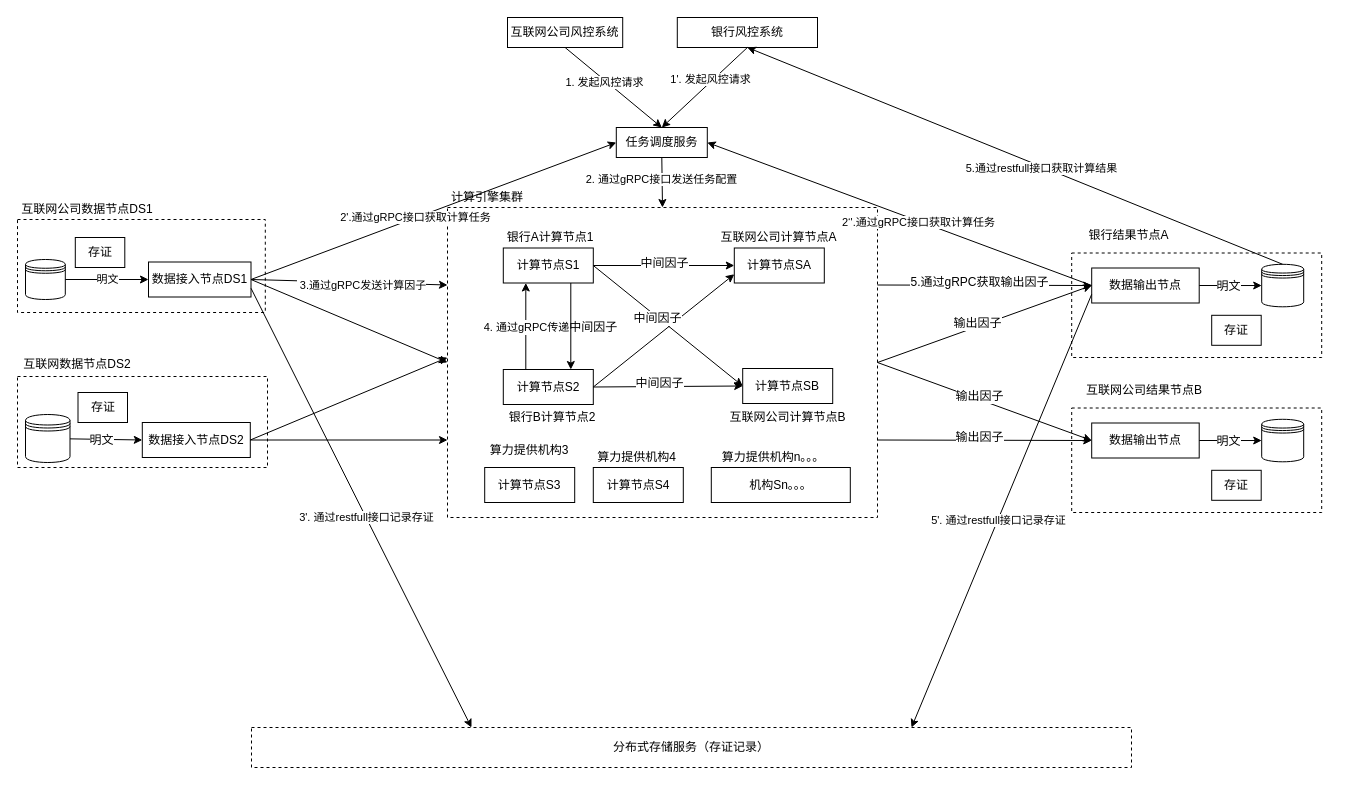
Before: lianhefengkong.drawio in yankaili2006/drawing_io, a draw.io diagram. Source tidied: cells renumbered, new cells numbered last; positions are measured from the earlier drawing's top-left corner, leaving out a move shared by most shapes. Both pictures are drawn from the tidied source at 100%, with x=0, y=0 at pixel (17, 17).
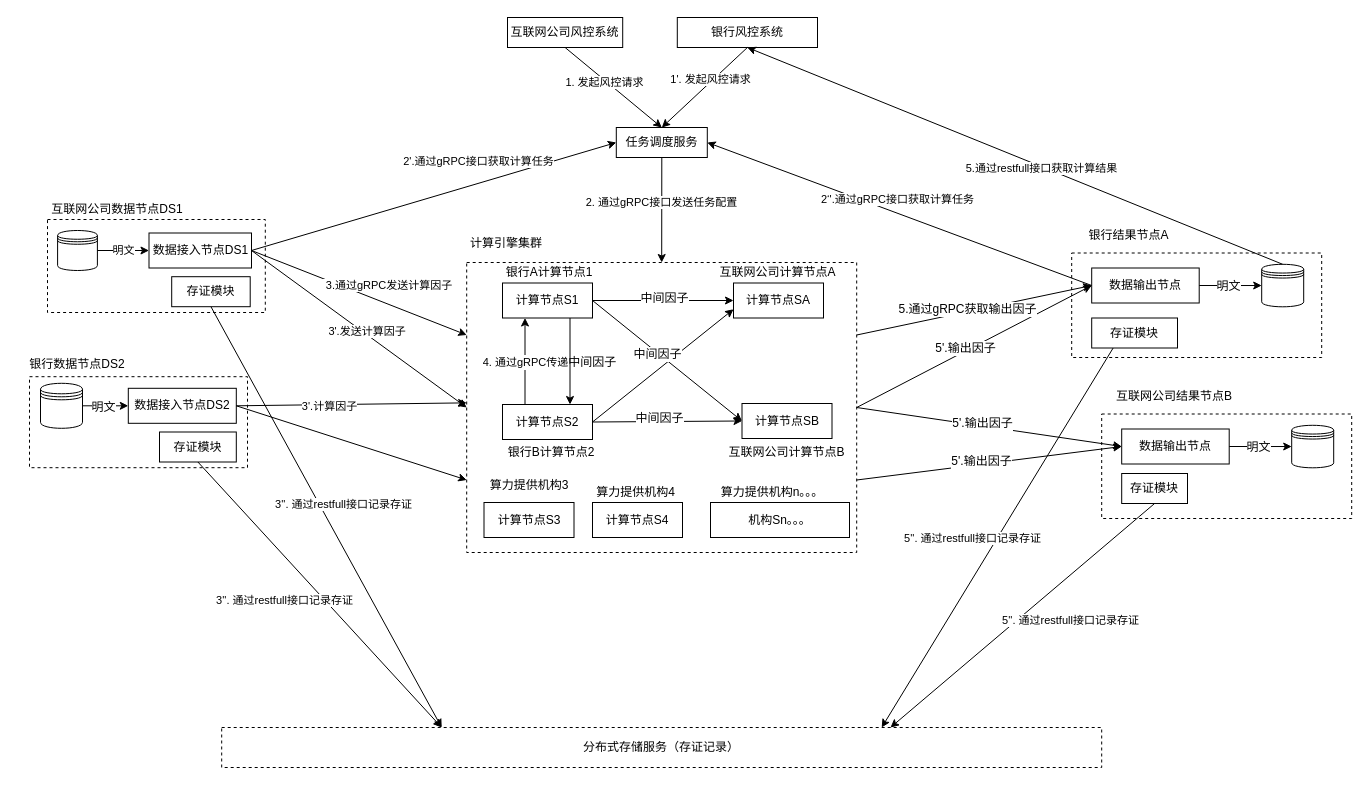
After the change.

The change refers to these unchanged cells:
```xml
<mxCell id="14" style="endArrow=classic;html=1;entryX=0;entryY=0.5;entryDx=0;entryDy=0;exitX=1;exitY=0.5;exitDx=0;exitDy=0;" parent="1" edge="1" source="6" target="43">
  <mxGeometry relative="1" as="geometry" />
</mxCell>
<mxCell id="43" value="数据输出节点" style="rounded=0;whiteSpace=wrap;html=1;" parent="1" vertex="1">
  <mxGeometry x="1074.2" y="250.5" width="107.5" height="35" as="geometry" />
</mxCell>
<mxCell id="70" style="endArrow=classic;html=1;entryX=0;entryY=0.5;entryDx=0;entryDy=0;exitX=1;exitY=0.5;exitDx=0;exitDy=0;" parent="1" edge="1" source="6" target="64">
  <mxGeometry relative="1" as="geometry" />
</mxCell>
<mxCell id="72" style="endArrow=classic;html=1;entryX=0;entryY=0.5;entryDx=0;entryDy=0;exitX=1;exitY=0.75;exitDx=0;exitDy=0;" parent="1" edge="1" source="6" target="64">
  <mxGeometry relative="1" as="geometry" />
</mxCell>
<mxCell id="74" style="endArrow=classic;html=1;exitX=1;exitY=0.5;exitDx=0;exitDy=0;entryX=0;entryY=0.25;entryDx=0;entryDy=0;" parent="1" edge="1" source="38" target="6">
  <mxGeometry relative="1" as="geometry" />
</mxCell>
<mxCell id="76" style="endArrow=classic;html=1;exitX=1;exitY=0.5;exitDx=0;exitDy=0;entryX=0;entryY=0.5;entryDx=0;entryDy=0;" parent="1" edge="1" source="38" target="6">
  <mxGeometry relative="1" as="geometry" />
</mxCell>
<mxCell id="77" style="endArrow=classic;html=1;exitX=1;exitY=0.5;exitDx=0;exitDy=0;entryX=0;entryY=0.484;entryDx=0;entryDy=0;entryPerimeter=0;" parent="1" edge="1" source="8" target="6">
  <mxGeometry relative="1" as="geometry" />
</mxCell>
<mxCell id="79" style="endArrow=classic;html=1;entryX=0;entryY=0.5;entryDx=0;entryDy=0;exitX=1;exitY=0.5;exitDx=0;exitDy=0;" parent="1" edge="1" source="38" target="9">
  <mxGeometry relative="1" as="geometry" />
</mxCell>
<mxCell id="84" style="endArrow=classic;html=1;entryX=1;entryY=0.5;entryDx=0;entryDy=0;exitX=0;exitY=0.5;exitDx=0;exitDy=0;" parent="1" edge="1" source="43" target="9">
  <mxGeometry relative="1" as="geometry" />
</mxCell>
```

Change to the diagram source:
```diff
@@
     <mxCell id="2" style="rounded=0;whiteSpace=wrap;html=1;dashed=1;" parent="1" vertex="1">
-      <mxGeometry x="1054.2" y="390.5" width="250" height="104.5" as="geometry" />
+      <mxGeometry x="1084.2" y="396.5" width="250" height="104.5" as="geometry" />
     </mxCell>
@@
     <mxCell id="4" style="rounded=0;whiteSpace=wrap;html=1;dashed=1;" parent="1" vertex="1">
-      <mxGeometry y="359" width="250" height="91" as="geometry" />
+      <mxGeometry x="12" y="359.2" width="218" height="91" as="geometry" />
     </mxCell>
     <mxCell id="5" style="rounded=0;whiteSpace=wrap;html=1;dashed=1;" parent="1" vertex="1">
-      <mxGeometry y="202" width="247.8" height="93" as="geometry" />
+      <mxGeometry x="30" y="202" width="217.8" height="93" as="geometry" />
     </mxCell>
     <mxCell id="6" style="rounded=0;whiteSpace=wrap;html=1;fillColor=none;labelPosition=center;verticalLabelPosition=middle;align=center;verticalAlign=middle;dashed=1;" parent="1" vertex="1">
-      <mxGeometry x="430" y="190" width="430" height="310" as="geometry" />
+      <mxGeometry x="449.2" y="245" width="390" height="290" as="geometry" />
     </mxCell>
@@
     <mxCell id="8" value="数据接入节点DS2" style="rounded=0;whiteSpace=wrap;html=1;" parent="1" vertex="1">
-      <mxGeometry x="124.8" y="405" width="108" height="35" as="geometry" />
+      <mxGeometry x="110.8" y="370.8" width="108" height="35" as="geometry" />
     </mxCell>
@@
-    <mxCell id="15" value="输出因子" style="text;html=1;align=center;verticalAlign=middle;labelBackgroundColor=#ffffff;" parent="14" vertex="1">
+    <mxCell id="15" value="5'.输出因子" style="text;html=1;align=center;verticalAlign=middle;labelBackgroundColor=#ffffff;" parent="14" vertex="1">
       <mxGeometry x="-0.06" y="3" relative="1" as="geometry" />
     </mxCell>
-    <mxCell id="16" value="存证" style="rounded=0;whiteSpace=wrap;html=1;fillColor=none;" parent="1" vertex="1">
-      <mxGeometry x="60.5" y="375" width="49.5" height="30" as="geometry" />
+    <mxCell id="16" value="存证模块" style="rounded=0;whiteSpace=wrap;html=1;fillColor=none;" parent="1" vertex="1">
+      <mxGeometry x="142" y="414.5" width="76.8" height="30" as="geometry" />
     </mxCell>
     <mxCell id="17" value="计算节点S1" style="rounded=0;whiteSpace=wrap;html=1;fillColor=none;" parent="1" vertex="1">
-      <mxGeometry x="485.8" y="230.5" width="90" height="35" as="geometry" />
+      <mxGeometry x="485" y="265.5" width="90" height="35" as="geometry" />
     </mxCell>
@@
     <mxCell id="20" value="计算节点S2" style="rounded=0;whiteSpace=wrap;html=1;fillColor=none;" parent="1" vertex="1">
-      <mxGeometry x="485.8" y="352" width="90" height="35" as="geometry" />
+      <mxGeometry x="485" y="387" width="90" height="35" as="geometry" />
     </mxCell>
     <mxCell id="21" value="计算节点SB" style="rounded=0;whiteSpace=wrap;html=1;fillColor=none;" parent="1" vertex="1">
-      <mxGeometry x="725.2" y="351" width="90" height="35" as="geometry" />
+      <mxGeometry x="724.5" y="386" width="90" height="35" as="geometry" />
     </mxCell>
     <mxCell id="22" value="计算节点SA" style="rounded=0;whiteSpace=wrap;html=1;fillColor=none;" parent="1" vertex="1">
-      <mxGeometry x="716.8" y="230.5" width="90" height="35" as="geometry" />
+      <mxGeometry x="716" y="265.5" width="90" height="35" as="geometry" />
     </mxCell>
@@
     <mxCell id="31" value="互联网公司计算节点B" style="text;html=1;strokeColor=none;fillColor=none;align=center;verticalAlign=middle;whiteSpace=wrap;rounded=0;" parent="1" vertex="1">
-      <mxGeometry x="707.9" y="390" width="124.8" height="20" as="geometry" />
+      <mxGeometry x="707.1" y="425" width="124.8" height="20" as="geometry" />
     </mxCell>
     <mxCell id="32" value="互联网公司计算节点A" style="text;html=1;strokeColor=none;fillColor=none;align=center;verticalAlign=middle;whiteSpace=wrap;rounded=0;" parent="1" vertex="1">
-      <mxGeometry x="695.1" y="209.5" width="133.2" height="20" as="geometry" />
+      <mxGeometry x="694.4" y="244.5" width="133.2" height="20" as="geometry" />
     </mxCell>
     <mxCell id="33" value="银行A计算节点1" style="text;html=1;strokeColor=none;fillColor=none;align=center;verticalAlign=middle;whiteSpace=wrap;rounded=0;" parent="1" vertex="1">
-      <mxGeometry x="485.8" y="209.5" width="94.2" height="20" as="geometry" />
+      <mxGeometry x="485" y="244.5" width="94.2" height="20" as="geometry" />
     </mxCell>
     <mxCell id="34" value="银行B计算节点2" style="text;html=1;strokeColor=none;fillColor=none;align=center;verticalAlign=middle;whiteSpace=wrap;rounded=0;" parent="1" vertex="1">
-      <mxGeometry x="490" y="390" width="90" height="20" as="geometry" />
+      <mxGeometry x="489.2" y="425" width="90" height="20" as="geometry" />
     </mxCell>
     <mxCell id="35" style="shape=datastore;whiteSpace=wrap;html=1;" parent="1" vertex="1">
-      <mxGeometry x="8" y="397" width="44.5" height="48" as="geometry" />
+      <mxGeometry x="23" y="365.8" width="42" height="45" as="geometry" />
     </mxCell>
@@
     <mxCell id="38" value="数据接入节点DS1" style="rounded=0;whiteSpace=wrap;html=1;" parent="1" vertex="1">
-      <mxGeometry x="131" y="244.5" width="102.5" height="35" as="geometry" />
+      <mxGeometry x="131.5" y="215.5" width="102.5" height="35" as="geometry" />
     </mxCell>
-    <mxCell id="39" value="存证" style="rounded=0;whiteSpace=wrap;html=1;fillColor=none;" parent="1" vertex="1">
-      <mxGeometry x="57.8" y="220" width="49.5" height="30" as="geometry" />
+    <mxCell id="39" value="存证模块" style="rounded=0;whiteSpace=wrap;html=1;fillColor=none;" parent="1" vertex="1">
+      <mxGeometry x="154.2" y="259.2" width="78.5" height="30" as="geometry" />
     </mxCell>
     <mxCell id="40" style="shape=datastore;whiteSpace=wrap;html=1;" parent="1" vertex="1">
-      <mxGeometry x="8" y="242" width="39.8" height="40" as="geometry" />
+      <mxGeometry x="40.1" y="213" width="39.8" height="40" as="geometry" />
     </mxCell>
@@
     <mxCell id="42" value="互联网公司数据节点DS1" style="text;html=1;strokeColor=none;fillColor=none;align=center;verticalAlign=middle;whiteSpace=wrap;rounded=0;" parent="1" vertex="1">
-      <mxGeometry y="182" width="140" height="20" as="geometry" />
+      <mxGeometry x="30" y="182" width="140" height="20" as="geometry" />
     </mxCell>
@@
-    <mxCell id="44" value="存证" style="rounded=0;whiteSpace=wrap;html=1;fillColor=none;" parent="1" vertex="1">
-      <mxGeometry x="1194.2" y="297.8" width="49.5" height="30" as="geometry" />
+    <mxCell id="44" value="存证模块" style="rounded=0;whiteSpace=wrap;html=1;fillColor=none;" parent="1" vertex="1">
+      <mxGeometry x="1074.2" y="300.5" width="85.8" height="30" as="geometry" />
     </mxCell>
@@
     <mxCell id="49" value="分布式存储服务（存证记录）" style="rounded=0;whiteSpace=wrap;html=1;dashed=1;" parent="1" vertex="1">
-      <mxGeometry x="234" y="710" width="880" height="40" as="geometry" />
+      <mxGeometry x="204.2" y="710" width="880" height="40" as="geometry" />
     </mxCell>
-    <mxCell id="50" style="endArrow=classic;html=1;exitX=1;exitY=0.75;exitDx=0;exitDy=0;entryX=0.25;entryY=0;entryDx=0;entryDy=0;" parent="1" edge="1" source="38" target="49">
+    <mxCell id="50" style="endArrow=classic;html=1;exitX=0.5;exitY=1;exitDx=0;exitDy=0;entryX=0.25;entryY=0;entryDx=0;entryDy=0;" parent="1" edge="1" source="39" target="49">
       <mxGeometry relative="1" as="geometry" />
     </mxCell>
-    <mxCell id="51" value="3'. 通过restfull接口记录存证" style="edgeLabel;html=1;align=center;verticalAlign=middle;" parent="50" vertex="1">
-      <mxGeometry x="0.04" relative="1" as="geometry" />
+    <mxCell id="51" value="3''. 通过restfull接口记录存证" style="edgeLabel;html=1;align=center;verticalAlign=middle;" parent="50" vertex="1">
+      <mxGeometry x="0.04" relative="1" as="geometry">
+        <mxPoint x="11.7" y="-21.9" as="offset" />
+      </mxGeometry>
     </mxCell>
     <mxCell id="52" value="计算引擎集群" style="text;html=1;strokeColor=none;fillColor=none;align=center;verticalAlign=middle;whiteSpace=wrap;rounded=0;" parent="1" vertex="1">
-      <mxGeometry x="430" y="170" width="79.5" height="20" as="geometry" />
+      <mxGeometry x="449.2" y="215.5" width="79.5" height="20" as="geometry" />
     </mxCell>
@@
     <mxCell id="55" value="计算节点S3" style="rounded=0;whiteSpace=wrap;html=1;fillColor=none;" parent="1" vertex="1">
-      <mxGeometry x="467.2" y="450" width="90" height="35" as="geometry" />
+      <mxGeometry x="466.5" y="485" width="90" height="35" as="geometry" />
     </mxCell>
     <mxCell id="56" value="计算节点S4" style="rounded=0;whiteSpace=wrap;html=1;fillColor=none;" parent="1" vertex="1">
-      <mxGeometry x="575.8" y="450" width="90" height="35" as="geometry" />
+      <mxGeometry x="575" y="485" width="90" height="35" as="geometry" />
     </mxCell>
     <mxCell id="57" value="机构Sn。。。" style="rounded=0;whiteSpace=wrap;html=1;fillColor=none;" parent="1" vertex="1">
-      <mxGeometry x="693.8" y="450" width="139" height="35" as="geometry" />
+      <mxGeometry x="693" y="485" width="139" height="35" as="geometry" />
     </mxCell>
     <mxCell id="58" value="算力提供机构3" style="text;html=1;strokeColor=none;fillColor=none;align=center;verticalAlign=middle;whiteSpace=wrap;rounded=0;" parent="1" vertex="1">
-      <mxGeometry x="467.2" y="422.5" width="90.2" height="20" as="geometry" />
+      <mxGeometry x="466.5" y="457.5" width="90.2" height="20" as="geometry" />
     </mxCell>
     <mxCell id="59" value="算力提供机构4" style="text;html=1;strokeColor=none;fillColor=none;align=center;verticalAlign=middle;whiteSpace=wrap;rounded=0;" parent="1" vertex="1">
-      <mxGeometry x="575.8" y="430" width="86.8" height="20" as="geometry" />
+      <mxGeometry x="575" y="465" width="86.8" height="20" as="geometry" />
     </mxCell>
     <mxCell id="60" value="算力提供机构n。。。" style="text;html=1;strokeColor=none;fillColor=none;align=center;verticalAlign=middle;whiteSpace=wrap;rounded=0;" parent="1" vertex="1">
-      <mxGeometry x="693.8" y="430" width="123.8" height="20" as="geometry" />
+      <mxGeometry x="693" y="465" width="123.8" height="20" as="geometry" />
     </mxCell>
-    <mxCell id="61" value="互联网数据节点DS2" style="text;html=1;strokeColor=none;fillColor=none;align=center;verticalAlign=middle;whiteSpace=wrap;rounded=0;" parent="1" vertex="1">
-      <mxGeometry y="337" width="120" height="20" as="geometry" />
+    <mxCell id="61" value="银行数据节点DS2" style="text;html=1;strokeColor=none;fillColor=none;align=center;verticalAlign=middle;whiteSpace=wrap;rounded=0;" parent="1" vertex="1">
+      <mxGeometry y="337.2" width="120" height="20" as="geometry" />
     </mxCell>
-    <mxCell id="62" style="endArrow=classic;html=1;exitX=0;exitY=0.75;exitDx=0;exitDy=0;entryX=0.75;entryY=0;entryDx=0;entryDy=0;" parent="1" edge="1" source="43" target="49">
+    <mxCell id="62" style="endArrow=classic;html=1;exitX=0.25;exitY=1;exitDx=0;exitDy=0;entryX=0.75;entryY=0;entryDx=0;entryDy=0;" parent="1" edge="1" source="44" target="49">
       <mxGeometry relative="1" as="geometry" />
     </mxCell>
-    <mxCell id="63" value="5'. 通过restfull接口记录存证" style="edgeLabel;html=1;align=center;verticalAlign=middle;" parent="62" vertex="1">
-      <mxGeometry x="0.04" relative="1" as="geometry" />
+    <mxCell id="63" value="5''. 通过restfull接口记录存证" style="edgeLabel;html=1;align=center;verticalAlign=middle;" parent="62" vertex="1">
+      <mxGeometry x="0.04" relative="1" as="geometry">
+        <mxPoint x="-21" y="-7.4" as="offset" />
+      </mxGeometry>
     </mxCell>
     <mxCell id="64" value="数据输出节点" style="rounded=0;whiteSpace=wrap;html=1;" parent="1" vertex="1">
-      <mxGeometry x="1074.2" y="405.5" width="107.5" height="35" as="geometry" />
+      <mxGeometry x="1104.2" y="411.5" width="107.5" height="35" as="geometry" />
     </mxCell>
-    <mxCell id="65" value="存证" style="rounded=0;whiteSpace=wrap;html=1;fillColor=none;" parent="1" vertex="1">
-      <mxGeometry x="1194.2" y="452.8" width="49.5" height="30" as="geometry" />
+    <mxCell id="65" value="存证模块" style="rounded=0;whiteSpace=wrap;html=1;fillColor=none;" parent="1" vertex="1">
+      <mxGeometry x="1104.2" y="456" width="65.8" height="30" as="geometry" />
     </mxCell>
     <mxCell id="66" style="shape=datastore;whiteSpace=wrap;html=1;" parent="1" vertex="1">
-      <mxGeometry x="1244.2" y="401.8" width="42" height="42.5" as="geometry" />
+      <mxGeometry x="1274.2" y="407.8" width="42" height="42.5" as="geometry" />
     </mxCell>
@@
     <mxCell id="69" value="互联网公司结果节点B" style="text;html=1;strokeColor=none;fillColor=none;align=center;verticalAlign=middle;whiteSpace=wrap;rounded=0;" parent="1" vertex="1">
-      <mxGeometry x="1064.2" y="363" width="125.8" height="20" as="geometry" />
+      <mxGeometry x="1094.2" y="369" width="125.8" height="20" as="geometry" />
     </mxCell>
@@
-    <mxCell id="71" value="输出因子" style="text;html=1;align=center;verticalAlign=middle;labelBackgroundColor=#ffffff;" parent="70" vertex="1">
+    <mxCell id="71" value="5'.输出因子" style="text;html=1;align=center;verticalAlign=middle;labelBackgroundColor=#ffffff;" parent="70" vertex="1">
       <mxGeometry x="-0.06" y="3" relative="1" as="geometry" />
     </mxCell>
@@
-    <mxCell id="73" value="输出因子" style="text;html=1;align=center;verticalAlign=middle;labelBackgroundColor=#ffffff;" parent="72" vertex="1">
+    <mxCell id="73" value="5'.输出因子" style="text;html=1;align=center;verticalAlign=middle;labelBackgroundColor=#ffffff;" parent="72" vertex="1">
       <mxGeometry x="-0.06" y="3" relative="1" as="geometry" />
     </mxCell>
@@
     <mxCell id="75" value="&amp;nbsp;3.通过gRPC发送计算因子" style="edgeLabel;html=1;align=center;verticalAlign=middle;" parent="74" vertex="1">
-      <mxGeometry x="0.12" y="-2" relative="1" as="geometry" />
+      <mxGeometry x="0.18" y="4" relative="1" as="geometry">
+        <mxPoint x="7.9" y="-11" as="offset" />
+      </mxGeometry>
     </mxCell>
@@
+    <mxCell id="88" value="&lt;span&gt;&amp;nbsp;3'.发送计算因子&lt;/span&gt;" style="edgeLabel;html=1;align=center;verticalAlign=middle;" parent="76" vertex="1">
+      <mxGeometry x="0.04" y="2" relative="1" as="geometry" />
+    </mxCell>
@@
+    <mxCell id="89" value="3'.计算因子" style="edgeLabel;html=1;align=center;verticalAlign=middle;" parent="77" vertex="1">
+      <mxGeometry x="-0.19" y="-1" relative="1" as="geometry" />
+    </mxCell>
@@
     <mxCell id="80" value="2'.通过gRPC接口获取计算任务" style="edgeLabel;html=1;align=center;verticalAlign=middle;" parent="79" vertex="1">
-      <mxGeometry x="-0.1" y="1" relative="1" as="geometry" />
+      <mxGeometry x="-0.1" y="1" relative="1" as="geometry">
+        <mxPoint x="63" y="-39.6" as="offset" />
+      </mxGeometry>
     </mxCell>
@@
     <mxCell id="85" value="2‘'.通过gRPC接口获取计算任务" style="edgeLabel;html=1;align=center;verticalAlign=middle;" parent="84" vertex="1">
-      <mxGeometry x="-0.1" y="1" relative="1" as="geometry" />
+      <mxGeometry x="-0.1" y="1" relative="1" as="geometry">
+        <mxPoint x="-21.4" y="-22.8" as="offset" />
+      </mxGeometry>
     </mxCell>
@@
+    <mxCell id="90" style="endArrow=classic;html=1;exitX=0.5;exitY=1;exitDx=0;exitDy=0;entryX=0.25;entryY=0;entryDx=0;entryDy=0;" parent="1" edge="1" source="16" target="49">
+      <mxGeometry relative="1" as="geometry" />
+    </mxCell>
+    <mxCell id="91" value="3''. 通过restfull接口记录存证" style="edgeLabel;html=1;align=center;verticalAlign=middle;" parent="90" vertex="1">
+      <mxGeometry x="0.04" relative="1" as="geometry">
+        <mxPoint x="-40.8" as="offset" />
+      </mxGeometry>
+    </mxCell>
+    <mxCell id="92" style="endArrow=classic;html=1;exitX=0.5;exitY=1;exitDx=0;exitDy=0;entryX=0.76;entryY=0;entryDx=0;entryDy=0;entryPerimeter=0;" parent="1" edge="1" source="65" target="49">
+      <mxGeometry relative="1" as="geometry" />
+    </mxCell>
+    <mxCell id="93" value="5''. 通过restfull接口记录存证" style="edgeLabel;html=1;align=center;verticalAlign=middle;" parent="92" vertex="1">
+      <mxGeometry x="0.04" relative="1" as="geometry">
+        <mxPoint x="52.7" as="offset" />
+      </mxGeometry>
+    </mxCell>
```
